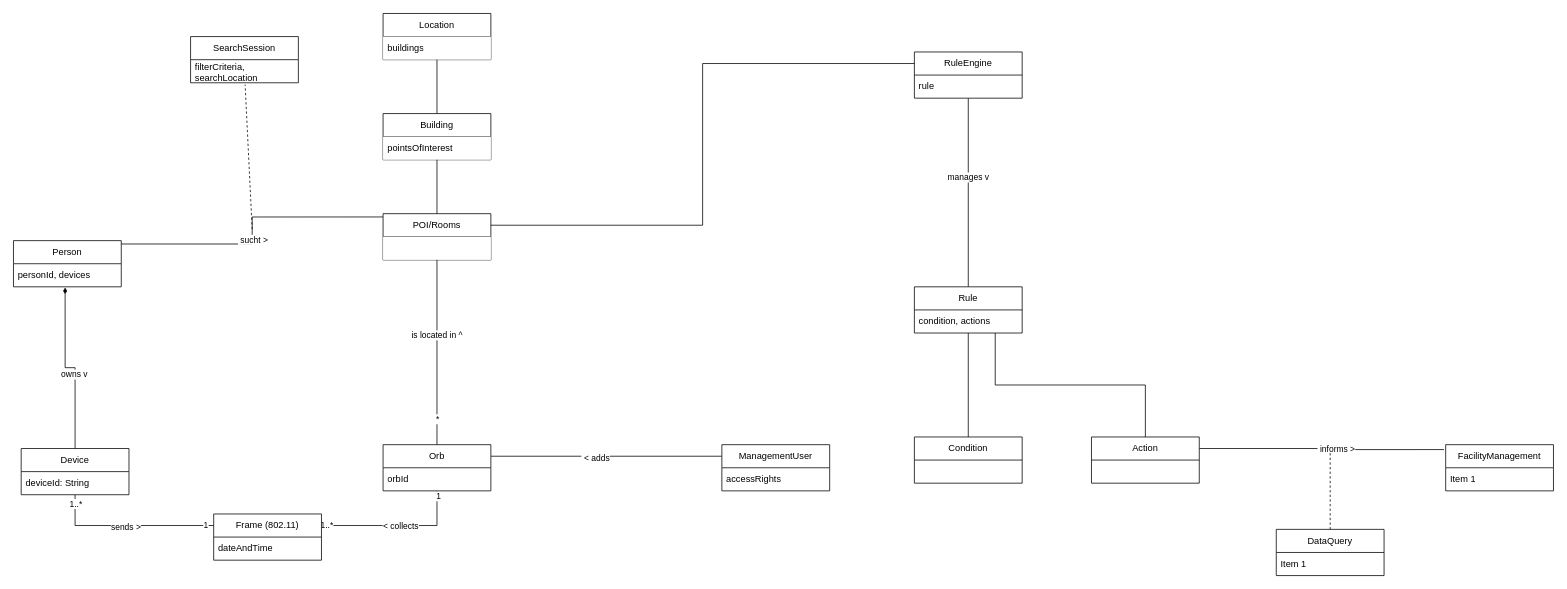
Earlier version of the draw.io diagram PM3_domain_model.drawio (phyllomenous/PM3_DomainModel). Source tidied: cells renumbered, new cells numbered last; positions are measured from the earlier drawing's top-left corner, leaving out a move shared by most shapes. Both pictures are drawn from the tidied source at 77%, with x=0, y=0 at pixel (13, 13).
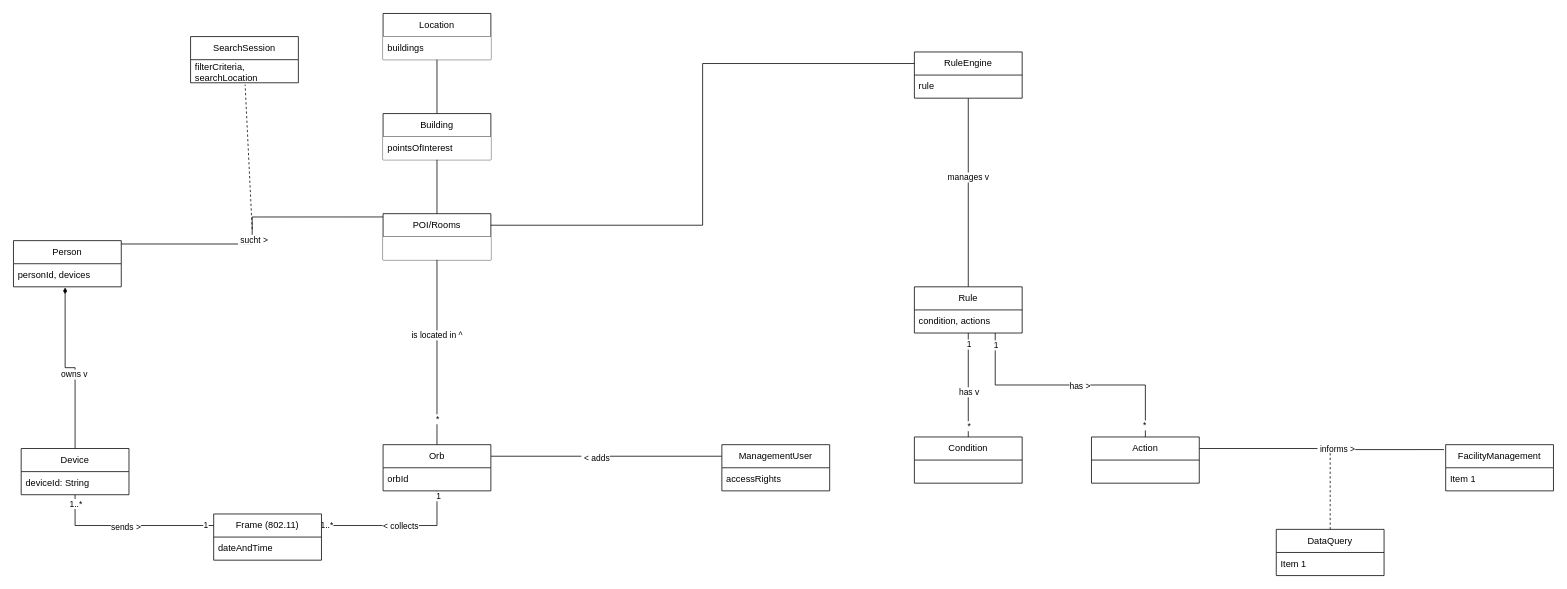
The same diagram, later.

Unchanged cells that the change refers to:
```xml
<mxCell id="46" style="edgeStyle=orthogonalEdgeStyle;rounded=0;jettySize=auto;html=1;exitX=0.5;exitY=1;exitDx=0;exitDy=0;entryX=0.5;entryY=0;entryDx=0;entryDy=0;endArrow=none;endFill=0;" parent="1" edge="1" source="48" target="56">
  <mxGeometry relative="1" as="geometry" />
</mxCell>
<mxCell id="47" style="edgeStyle=orthogonalEdgeStyle;rounded=0;jettySize=auto;html=1;exitX=0.75;exitY=1;exitDx=0;exitDy=0;entryX=0.5;entryY=0;entryDx=0;entryDy=0;endArrow=none;endFill=0;" parent="1" edge="1" source="48" target="57">
  <mxGeometry relative="1" as="geometry" />
</mxCell>
```

Diff of the diagram source:
```diff
@@
+    <mxCell id="58" value="has v" style="edgeLabel;html=1;align=center;verticalAlign=middle;" parent="46" vertex="1">
+      <mxGeometry x="0.13" relative="1" as="geometry" />
+    </mxCell>
+    <mxCell id="59" value="*" style="edgeLabel;html=1;align=center;verticalAlign=middle;" parent="46" vertex="1">
+      <mxGeometry x="0.78" relative="1" as="geometry" />
+    </mxCell>
+    <mxCell id="60" value="1" style="edgeLabel;html=1;align=center;verticalAlign=middle;" parent="46" vertex="1">
+      <mxGeometry x="-0.79" relative="1" as="geometry" />
+    </mxCell>
@@
+    <mxCell id="61" value="has &amp;gt;" style="edgeLabel;html=1;align=center;verticalAlign=middle;" parent="47" vertex="1">
+      <mxGeometry x="0.07" y="-1" relative="1" as="geometry" />
+    </mxCell>
+    <mxCell id="62" value="*" style="edgeLabel;html=1;align=center;verticalAlign=middle;" parent="47" vertex="1">
+      <mxGeometry x="0.9" y="-2" relative="1" as="geometry" />
+    </mxCell>
+    <mxCell id="63" value="1" style="edgeLabel;html=1;align=center;verticalAlign=middle;" parent="47" vertex="1">
+      <mxGeometry x="-0.91" relative="1" as="geometry" />
+    </mxCell>
```
